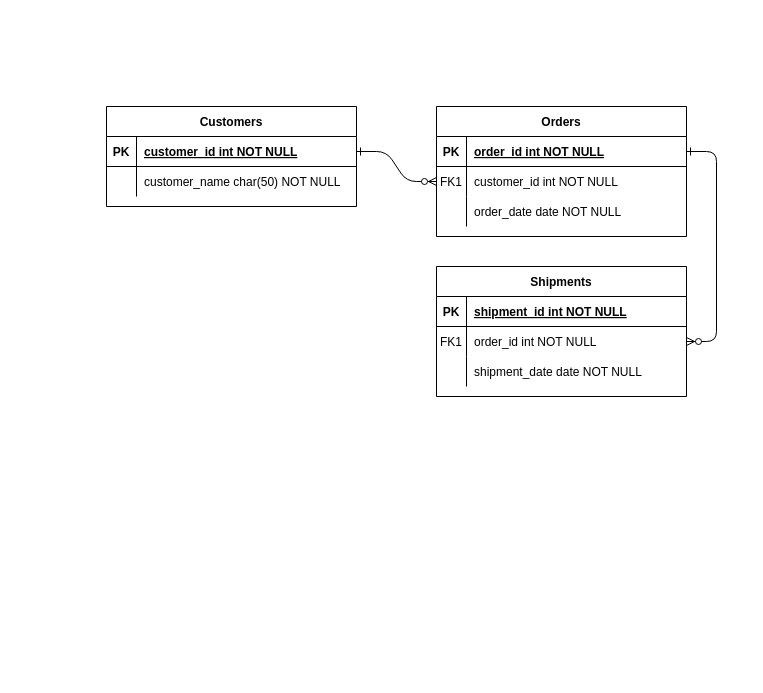
Before: Untitled Diagram.drawio in rossroma/Auto-Signin, a draw.io diagram. Source tidied: cells renumbered, new cells numbered last; positions are measured from the earlier drawing's top-left corner, leaving out a move shared by most shapes. Both pictures are drawn from the tidied source at 100%, with x=0, y=0 at pixel (106, 106).
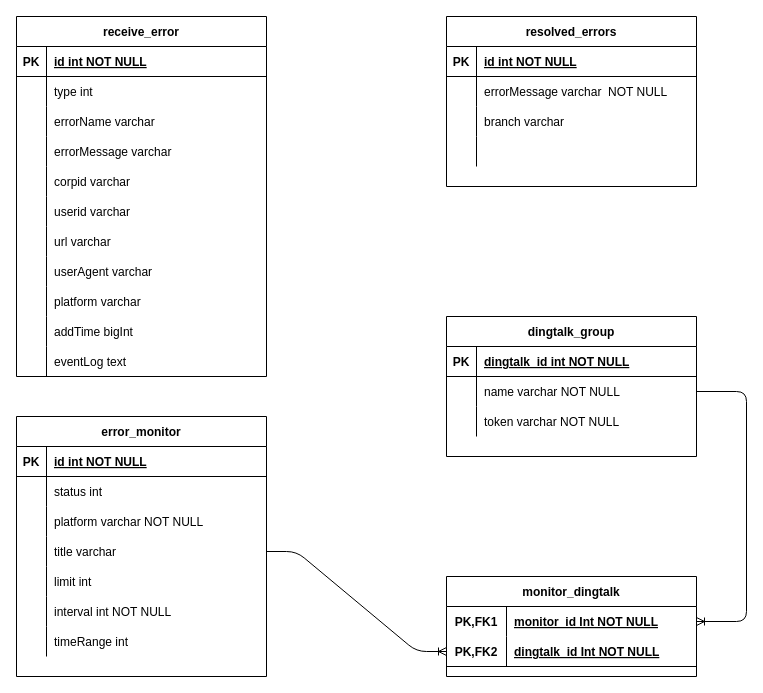
The same diagram, later.

Commit message:
前端报错平台

The change refers to these unchanged cells:
```xml
<mxCell id="5" style="shape=partialRectangle;fillColor=none;points=[[0,0.5],[1,0.5]];portConstraint=eastwest;top=0;left=0;right=0;bottom=1;" parent="4" vertex="1">
  <mxGeometry y="30" width="250" height="30" as="geometry" />
</mxCell>
<mxCell id="8" style="shape=partialRectangle;fillColor=none;points=[[0,0.5],[1,0.5]];portConstraint=eastwest;top=0;left=0;right=0;bottom=0;" parent="4" vertex="1">
  <mxGeometry y="60" width="250" height="30" as="geometry" />
</mxCell>
<mxCell id="11" style="shape=partialRectangle;fillColor=none;top=0;left=0;right=0;bottom=0;" parent="4" vertex="1">
  <mxGeometry y="90" width="250" height="30" as="geometry" />
</mxCell>
<mxCell id="25" style="shape=partialRectangle;fillColor=none;points=[[0,0.5],[1,0.5]];portConstraint=eastwest;top=0;left=0;right=0;bottom=1;" parent="24" vertex="1">
  <mxGeometry y="30" width="250" height="30" as="geometry" />
</mxCell>
<mxCell id="28" style="shape=partialRectangle;fillColor=none;top=0;left=0;right=0;bottom=0;" parent="24" vertex="1">
  <mxGeometry y="60" width="250" height="30" as="geometry" />
</mxCell>
```

The edit, as a diff of the source:
```diff
@@
-    <mxCell id="2" style="edgeStyle=entityRelationEdgeStyle;endArrow=ERzeroToMany;startArrow=ERone;endFill=1;startFill=0;" parent="1" edge="1" source="25" target="8">
-      <mxGeometry relative="1" as="geometry" />
-    </mxCell>
-    <mxCell id="3" style="edgeStyle=entityRelationEdgeStyle;endArrow=ERzeroToMany;startArrow=ERone;endFill=1;startFill=0;" parent="1" edge="1" source="5" target="18">
-      <mxGeometry relative="1" as="geometry" />
-    </mxCell>
-    <mxCell id="4" value="Orders" style="shape=table;startSize=30;childLayout=tableLayout;rowLines=0;fontStyle=1;align=center;" parent="1" vertex="1">
-      <mxGeometry x="330" width="250" height="130" as="geometry" />
+    <mxCell id="4" value="resolved_errors" style="shape=table;startSize=30;childLayout=tableLayout;rowLines=0;fontStyle=1;align=center;" parent="1" vertex="1">
+      <mxGeometry x="340" y="-90" width="250" height="170" as="geometry" />
     </mxCell>
@@
-    <mxCell id="7" value="order_id int NOT NULL " style="shape=partialRectangle;overflow=hidden;fillColor=none;top=0;left=0;bottom=0;right=0;align=left;spacingLeft=6;fontStyle=5;" parent="5" vertex="1">
+    <mxCell id="7" value="id int NOT NULL " style="shape=partialRectangle;overflow=hidden;fillColor=none;top=0;left=0;bottom=0;right=0;align=left;spacingLeft=6;fontStyle=5;" parent="5" vertex="1">
       <mxGeometry x="30" width="220" height="30" as="geometry" />
     </mxCell>
@@
-    <mxCell id="9" value="FK1" style="shape=partialRectangle;overflow=hidden;fillColor=none;top=0;left=0;bottom=0;right=0;" parent="8" vertex="1">
+    <mxCell id="9" style="shape=partialRectangle;overflow=hidden;fillColor=none;top=0;left=0;bottom=0;right=0;" parent="8" vertex="1">
       <mxGeometry width="30" height="30" as="geometry" />
     </mxCell>
-    <mxCell id="10" value="customer_id int NOT NULL" style="shape=partialRectangle;overflow=hidden;fillColor=none;top=0;left=0;bottom=0;right=0;align=left;spacingLeft=6;" parent="8" vertex="1">
+    <mxCell id="10" value="errorMessage varchar  NOT NULL" style="shape=partialRectangle;overflow=hidden;fillColor=none;top=0;left=0;bottom=0;right=0;align=left;spacingLeft=6;" parent="8" vertex="1">
       <mxGeometry x="30" width="220" height="30" as="geometry" />
     </mxCell>
@@
-    <mxCell id="13" value="order_date date NOT NULL" style="shape=partialRectangle;overflow=hidden;fillColor=none;top=0;left=0;bottom=0;right=0;align=left;spacingLeft=6;" parent="11" vertex="1">
+    <mxCell id="13" value="branch varchar" style="shape=partialRectangle;overflow=hidden;fillColor=none;top=0;left=0;bottom=0;right=0;align=left;spacingLeft=6;" parent="11" vertex="1">
       <mxGeometry x="30" width="220" height="30" as="geometry" />
     </mxCell>
-    <mxCell id="14" value="Shipments" style="shape=table;startSize=30;childLayout=tableLayout;rowLines=0;fontStyle=1;align=center;" parent="1" vertex="1">
-      <mxGeometry x="330" y="160" width="250" height="130" as="geometry" />
-    </mxCell>
-    <mxCell id="15" style="shape=partialRectangle;fillColor=none;top=0;left=0;right=0;bottom=1;" parent="14" vertex="1">
-      <mxGeometry y="30" width="250" height="30" as="geometry" />
-    </mxCell>
-    <mxCell id="16" value="PK" style="shape=partialRectangle;overflow=hidden;fillColor=none;top=0;left=0;bottom=0;right=0;fontStyle=1;" parent="15" vertex="1">
-      <mxGeometry width="30" height="30" as="geometry" />
-    </mxCell>
-    <mxCell id="17" value="shipment_id int NOT NULL " style="shape=partialRectangle;overflow=hidden;fillColor=none;top=0;left=0;bottom=0;right=0;align=left;spacingLeft=6;fontStyle=5;" parent="15" vertex="1">
-      <mxGeometry x="30" width="220" height="30" as="geometry" />
-    </mxCell>
-    <mxCell id="18" style="shape=partialRectangle;fillColor=none;points=[[0,0.5],[1,0.5]];portConstraint=eastwest;top=0;left=0;right=0;bottom=0;" parent="14" vertex="1">
-      <mxGeometry y="60" width="250" height="30" as="geometry" />
-    </mxCell>
-    <mxCell id="19" value="FK1" style="shape=partialRectangle;overflow=hidden;fillColor=none;top=0;left=0;bottom=0;right=0;" parent="18" vertex="1">
-      <mxGeometry width="30" height="30" as="geometry" />
-    </mxCell>
-    <mxCell id="20" value="order_id int NOT NULL" style="shape=partialRectangle;overflow=hidden;fillColor=none;top=0;left=0;bottom=0;right=0;align=left;spacingLeft=6;" parent="18" vertex="1">
-      <mxGeometry x="30" width="220" height="30" as="geometry" />
-    </mxCell>
-    <mxCell id="21" style="shape=partialRectangle;fillColor=none;top=0;left=0;right=0;bottom=0;" parent="14" vertex="1">
-      <mxGeometry y="90" width="250" height="30" as="geometry" />
-    </mxCell>
-    <mxCell id="22" style="shape=partialRectangle;overflow=hidden;fillColor=none;top=0;left=0;bottom=0;right=0;" parent="21" vertex="1">
-      <mxGeometry width="30" height="30" as="geometry" />
-    </mxCell>
-    <mxCell id="23" value="shipment_date date NOT NULL" style="shape=partialRectangle;overflow=hidden;fillColor=none;top=0;left=0;bottom=0;right=0;align=left;spacingLeft=6;" parent="21" vertex="1">
-      <mxGeometry x="30" width="220" height="30" as="geometry" />
-    </mxCell>
+    <mxCell id="31" style="shape=partialRectangle;fillColor=none;top=0;left=0;bottom=0;right=0;" parent="4" vertex="1">
+      <mxGeometry y="120" width="250" height="30" as="geometry" />
+    </mxCell>
+    <mxCell id="32" style="shape=partialRectangle;fillColor=none;top=0;left=0;bottom=0;right=0;overflow=hidden;" parent="31" vertex="1">
+      <mxGeometry width="30" height="30" as="geometry" />
+    </mxCell>
+    <mxCell id="33" style="shape=partialRectangle;fillColor=none;top=0;left=0;bottom=0;right=0;align=left;spacingLeft=6;overflow=hidden;" parent="31" vertex="1">
+      <mxGeometry x="30" width="220" height="30" as="geometry" />
+    </mxCell>
-    <mxCell id="24" value="Customers" style="shape=table;startSize=30;childLayout=tableLayout;rowLines=0;fontStyle=1;align=center;" parent="1" vertex="1">
-      <mxGeometry width="250" height="100" as="geometry" />
+    <mxCell id="24" value="receive_error" style="shape=table;startSize=30;childLayout=tableLayout;rowLines=0;fontStyle=1;align=center;" parent="1" vertex="1">
+      <mxGeometry x="-90" y="-90" width="250" height="360" as="geometry" />
     </mxCell>
@@
-    <mxCell id="27" value="customer_id int NOT NULL " style="shape=partialRectangle;overflow=hidden;fillColor=none;top=0;left=0;bottom=0;right=0;align=left;spacingLeft=6;fontStyle=5;" parent="25" vertex="1">
+    <mxCell id="27" value="id int NOT NULL " style="shape=partialRectangle;overflow=hidden;fillColor=none;top=0;left=0;bottom=0;right=0;align=left;spacingLeft=6;fontStyle=5;" parent="25" vertex="1">
       <mxGeometry x="30" width="220" height="30" as="geometry" />
     </mxCell>
@@
-    <mxCell id="30" value="customer_name char(50) NOT NULL" style="shape=partialRectangle;overflow=hidden;fillColor=none;top=0;left=0;bottom=0;right=0;align=left;spacingLeft=6;" parent="28" vertex="1">
+    <mxCell id="30" value="type int" style="shape=partialRectangle;overflow=hidden;fillColor=none;top=0;left=0;bottom=0;right=0;align=left;spacingLeft=6;" parent="28" vertex="1">
       <mxGeometry x="30" width="220" height="30" as="geometry" />
     </mxCell>
+    <mxCell id="34" style="shape=partialRectangle;fillColor=none;top=0;left=0;bottom=0;right=0;" parent="24" vertex="1">
+      <mxGeometry y="90" width="250" height="30" as="geometry" />
+    </mxCell>
+    <mxCell id="35" style="shape=partialRectangle;fillColor=none;top=0;left=0;bottom=0;right=0;overflow=hidden;" parent="34" vertex="1">
+      <mxGeometry width="30" height="30" as="geometry" />
+    </mxCell>
+    <mxCell id="36" value="errorName varchar" style="shape=partialRectangle;fillColor=none;top=0;left=0;bottom=0;right=0;align=left;spacingLeft=6;overflow=hidden;" parent="34" vertex="1">
+      <mxGeometry x="30" width="220" height="30" as="geometry" />
+    </mxCell>
+    <mxCell id="37" style="shape=partialRectangle;fillColor=none;top=0;left=0;bottom=0;right=0;" parent="24" vertex="1">
+      <mxGeometry y="120" width="250" height="30" as="geometry" />
+    </mxCell>
+    <mxCell id="38" style="shape=partialRectangle;fillColor=none;top=0;left=0;bottom=0;right=0;overflow=hidden;" parent="37" vertex="1">
+      <mxGeometry width="30" height="30" as="geometry" />
+    </mxCell>
+    <mxCell id="39" value="errorMessage varchar" style="shape=partialRectangle;fillColor=none;top=0;left=0;bottom=0;right=0;align=left;spacingLeft=6;overflow=hidden;" parent="37" vertex="1">
+      <mxGeometry x="30" width="220" height="30" as="geometry" />
+    </mxCell>
+    <mxCell id="40" style="shape=partialRectangle;fillColor=none;top=0;left=0;bottom=0;right=0;" parent="24" vertex="1">
+      <mxGeometry y="150" width="250" height="30" as="geometry" />
+    </mxCell>
+    <mxCell id="41" style="shape=partialRectangle;fillColor=none;top=0;left=0;bottom=0;right=0;overflow=hidden;" parent="40" vertex="1">
+      <mxGeometry width="30" height="30" as="geometry" />
+    </mxCell>
+    <mxCell id="42" value="corpid varchar" style="shape=partialRectangle;fillColor=none;top=0;left=0;bottom=0;right=0;align=left;spacingLeft=6;overflow=hidden;" parent="40" vertex="1">
+      <mxGeometry x="30" width="220" height="30" as="geometry" />
+    </mxCell>
+    <mxCell id="43" style="shape=partialRectangle;fillColor=none;top=0;left=0;bottom=0;right=0;" parent="24" vertex="1">
+      <mxGeometry y="180" width="250" height="30" as="geometry" />
+    </mxCell>
+    <mxCell id="44" style="shape=partialRectangle;fillColor=none;top=0;left=0;bottom=0;right=0;overflow=hidden;" parent="43" vertex="1">
+      <mxGeometry width="30" height="30" as="geometry" />
+    </mxCell>
+    <mxCell id="45" value="userid varchar" style="shape=partialRectangle;fillColor=none;top=0;left=0;bottom=0;right=0;align=left;spacingLeft=6;overflow=hidden;" parent="43" vertex="1">
+      <mxGeometry x="30" width="220" height="30" as="geometry" />
+    </mxCell>
+    <mxCell id="46" style="shape=partialRectangle;fillColor=none;top=0;left=0;bottom=0;right=0;" parent="24" vertex="1">
+      <mxGeometry y="210" width="250" height="30" as="geometry" />
+    </mxCell>
+    <mxCell id="47" style="shape=partialRectangle;fillColor=none;top=0;left=0;bottom=0;right=0;overflow=hidden;" parent="46" vertex="1">
+      <mxGeometry width="30" height="30" as="geometry" />
+    </mxCell>
+    <mxCell id="48" value="url varchar" style="shape=partialRectangle;fillColor=none;top=0;left=0;bottom=0;right=0;align=left;spacingLeft=6;overflow=hidden;" parent="46" vertex="1">
+      <mxGeometry x="30" width="220" height="30" as="geometry" />
+    </mxCell>
+    <mxCell id="49" style="shape=partialRectangle;fillColor=none;top=0;left=0;bottom=0;right=0;" parent="24" vertex="1">
+      <mxGeometry y="240" width="250" height="30" as="geometry" />
+    </mxCell>
+    <mxCell id="50" style="shape=partialRectangle;fillColor=none;top=0;left=0;bottom=0;right=0;overflow=hidden;" parent="49" vertex="1">
+      <mxGeometry width="30" height="30" as="geometry" />
+    </mxCell>
+    <mxCell id="51" value="userAgent varchar" style="shape=partialRectangle;fillColor=none;top=0;left=0;bottom=0;right=0;align=left;spacingLeft=6;overflow=hidden;" parent="49" vertex="1">
+      <mxGeometry x="30" width="220" height="30" as="geometry" />
+    </mxCell>
+    <mxCell id="52" style="shape=partialRectangle;fillColor=none;top=0;left=0;bottom=0;right=0;" parent="24" vertex="1">
+      <mxGeometry y="270" width="250" height="30" as="geometry" />
+    </mxCell>
+    <mxCell id="53" style="shape=partialRectangle;fillColor=none;top=0;left=0;bottom=0;right=0;overflow=hidden;" parent="52" vertex="1">
+      <mxGeometry width="30" height="30" as="geometry" />
+    </mxCell>
+    <mxCell id="54" value="platform varchar" style="shape=partialRectangle;fillColor=none;top=0;left=0;bottom=0;right=0;align=left;spacingLeft=6;overflow=hidden;" parent="52" vertex="1">
+      <mxGeometry x="30" width="220" height="30" as="geometry" />
+    </mxCell>
+    <mxCell id="55" style="shape=partialRectangle;fillColor=none;top=0;left=0;bottom=0;right=0;" parent="24" vertex="1">
+      <mxGeometry y="300" width="250" height="30" as="geometry" />
+    </mxCell>
+    <mxCell id="56" style="shape=partialRectangle;fillColor=none;top=0;left=0;bottom=0;right=0;overflow=hidden;" parent="55" vertex="1">
+      <mxGeometry width="30" height="30" as="geometry" />
+    </mxCell>
+    <mxCell id="57" value="addTime bigInt" style="shape=partialRectangle;fillColor=none;top=0;left=0;bottom=0;right=0;align=left;spacingLeft=6;overflow=hidden;" parent="55" vertex="1">
+      <mxGeometry x="30" width="220" height="30" as="geometry" />
+    </mxCell>
+    <mxCell id="58" style="shape=partialRectangle;fillColor=none;top=0;left=0;bottom=0;right=0;" parent="24" vertex="1">
+      <mxGeometry y="330" width="250" height="30" as="geometry" />
+    </mxCell>
+    <mxCell id="59" style="shape=partialRectangle;fillColor=none;top=0;left=0;bottom=0;right=0;overflow=hidden;" parent="58" vertex="1">
+      <mxGeometry width="30" height="30" as="geometry" />
+    </mxCell>
+    <mxCell id="60" value="eventLog text" style="shape=partialRectangle;fillColor=none;top=0;left=0;bottom=0;right=0;align=left;spacingLeft=6;overflow=hidden;" parent="58" vertex="1">
+      <mxGeometry x="30" width="220" height="30" as="geometry" />
+    </mxCell>
+    <mxCell id="61" value="error_monitor" style="shape=table;startSize=30;childLayout=tableLayout;rowLines=0;fontStyle=1;align=center;" parent="1" vertex="1">
+      <mxGeometry x="-90" y="310" width="250" height="260" as="geometry" />
+    </mxCell>
+    <mxCell id="62" style="shape=partialRectangle;fillColor=none;top=0;left=0;right=0;bottom=1;" parent="61" vertex="1">
+      <mxGeometry y="30" width="250" height="30" as="geometry" />
+    </mxCell>
+    <mxCell id="63" value="PK" style="shape=partialRectangle;overflow=hidden;fillColor=none;top=0;left=0;bottom=0;right=0;fontStyle=1;" parent="62" vertex="1">
+      <mxGeometry width="30" height="30" as="geometry" />
+    </mxCell>
+    <mxCell id="64" value="id int NOT NULL " style="shape=partialRectangle;overflow=hidden;fillColor=none;top=0;left=0;bottom=0;right=0;align=left;spacingLeft=6;fontStyle=5;" parent="62" vertex="1">
+      <mxGeometry x="30" width="220" height="30" as="geometry" />
+    </mxCell>
+    <mxCell id="65" style="shape=partialRectangle;fillColor=none;top=0;left=0;right=0;bottom=0;" parent="61" vertex="1">
+      <mxGeometry y="60" width="250" height="30" as="geometry" />
+    </mxCell>
+    <mxCell id="66" style="shape=partialRectangle;overflow=hidden;fillColor=none;top=0;left=0;bottom=0;right=0;" parent="65" vertex="1">
+      <mxGeometry width="30" height="30" as="geometry" />
+    </mxCell>
+    <mxCell id="67" value="status int" style="shape=partialRectangle;overflow=hidden;fillColor=none;top=0;left=0;bottom=0;right=0;align=left;spacingLeft=6;" parent="65" vertex="1">
+      <mxGeometry x="30" width="220" height="30" as="geometry" />
+    </mxCell>
+    <mxCell id="68" style="shape=partialRectangle;fillColor=none;top=0;left=0;right=0;bottom=0;" parent="61" vertex="1">
+      <mxGeometry y="90" width="250" height="30" as="geometry" />
+    </mxCell>
+    <mxCell id="69" style="shape=partialRectangle;overflow=hidden;fillColor=none;top=0;left=0;bottom=0;right=0;" parent="68" vertex="1">
+      <mxGeometry width="30" height="30" as="geometry" />
+    </mxCell>
+    <mxCell id="70" value="platform varchar NOT NULL" style="shape=partialRectangle;overflow=hidden;fillColor=none;top=0;left=0;bottom=0;right=0;align=left;spacingLeft=6;" parent="68" vertex="1">
+      <mxGeometry x="30" width="220" height="30" as="geometry" />
+    </mxCell>
+    <mxCell id="71" style="shape=partialRectangle;fillColor=none;top=0;left=0;bottom=0;right=0;points=[[0,0.5],[1,0.5]];portConstraint=eastwest;" parent="61" vertex="1">
+      <mxGeometry y="120" width="250" height="30" as="geometry" />
+    </mxCell>
+    <mxCell id="72" style="shape=partialRectangle;fillColor=none;top=0;left=0;bottom=0;right=0;overflow=hidden;" parent="71" vertex="1">
+      <mxGeometry width="30" height="30" as="geometry" />
+    </mxCell>
+    <mxCell id="73" value="title varchar" style="shape=partialRectangle;fillColor=none;top=0;left=0;bottom=0;right=0;align=left;spacingLeft=6;overflow=hidden;" parent="71" vertex="1">
+      <mxGeometry x="30" width="220" height="30" as="geometry" />
+    </mxCell>
+    <mxCell id="74" style="shape=partialRectangle;fillColor=none;top=0;left=0;bottom=0;right=0;" parent="61" vertex="1">
+      <mxGeometry y="150" width="250" height="30" as="geometry" />
+    </mxCell>
+    <mxCell id="75" style="shape=partialRectangle;fillColor=none;top=0;left=0;bottom=0;right=0;overflow=hidden;" parent="74" vertex="1">
+      <mxGeometry width="30" height="30" as="geometry" />
+    </mxCell>
+    <mxCell id="76" value="limit int" style="shape=partialRectangle;fillColor=none;top=0;left=0;bottom=0;right=0;align=left;spacingLeft=6;overflow=hidden;" parent="74" vertex="1">
+      <mxGeometry x="30" width="220" height="30" as="geometry" />
+    </mxCell>
+    <mxCell id="77" style="shape=partialRectangle;fillColor=none;top=0;left=0;bottom=0;right=0;" parent="61" vertex="1">
+      <mxGeometry y="180" width="250" height="30" as="geometry" />
+    </mxCell>
+    <mxCell id="78" style="shape=partialRectangle;fillColor=none;top=0;left=0;bottom=0;right=0;overflow=hidden;" parent="77" vertex="1">
+      <mxGeometry width="30" height="30" as="geometry" />
+    </mxCell>
+    <mxCell id="79" value="interval int NOT NULL" style="shape=partialRectangle;fillColor=none;top=0;left=0;bottom=0;right=0;align=left;spacingLeft=6;overflow=hidden;" parent="77" vertex="1">
+      <mxGeometry x="30" width="220" height="30" as="geometry" />
+    </mxCell>
+    <mxCell id="80" style="shape=partialRectangle;fillColor=none;top=0;left=0;bottom=0;right=0;" parent="61" vertex="1">
+      <mxGeometry y="210" width="250" height="30" as="geometry" />
+    </mxCell>
+    <mxCell id="81" style="shape=partialRectangle;fillColor=none;top=0;left=0;bottom=0;right=0;overflow=hidden;" parent="80" vertex="1">
+      <mxGeometry width="30" height="30" as="geometry" />
+    </mxCell>
+    <mxCell id="82" value="timeRange int" style="shape=partialRectangle;fillColor=none;top=0;left=0;bottom=0;right=0;align=left;spacingLeft=6;overflow=hidden;" parent="80" vertex="1">
+      <mxGeometry x="30" width="220" height="30" as="geometry" />
+    </mxCell>
+    <mxCell id="83" value="dingtalk_group" style="shape=table;startSize=30;childLayout=tableLayout;rowLines=0;fontStyle=1;align=center;" parent="1" vertex="1">
+      <mxGeometry x="340" y="210" width="250" height="140" as="geometry" />
+    </mxCell>
+    <mxCell id="84" style="shape=partialRectangle;fillColor=none;top=0;left=0;right=0;bottom=1;" parent="83" vertex="1">
+      <mxGeometry y="30" width="250" height="30" as="geometry" />
+    </mxCell>
+    <mxCell id="85" value="PK" style="shape=partialRectangle;overflow=hidden;fillColor=none;top=0;left=0;bottom=0;right=0;fontStyle=1;" parent="84" vertex="1">
+      <mxGeometry width="30" height="30" as="geometry" />
+    </mxCell>
+    <mxCell id="86" value="dingtalk_id int NOT NULL " style="shape=partialRectangle;overflow=hidden;fillColor=none;top=0;left=0;bottom=0;right=0;align=left;spacingLeft=6;fontStyle=5;" parent="84" vertex="1">
+      <mxGeometry x="30" width="220" height="30" as="geometry" />
+    </mxCell>
+    <mxCell id="87" style="shape=partialRectangle;fillColor=none;points=[[0,0.5],[1,0.5]];portConstraint=eastwest;top=0;left=0;right=0;bottom=0;" parent="83" vertex="1">
+      <mxGeometry y="60" width="250" height="30" as="geometry" />
+    </mxCell>
+    <mxCell id="88" style="shape=partialRectangle;overflow=hidden;fillColor=none;top=0;left=0;bottom=0;right=0;" parent="87" vertex="1">
+      <mxGeometry width="30" height="30" as="geometry" />
+    </mxCell>
+    <mxCell id="89" value="name varchar NOT NULL" style="shape=partialRectangle;overflow=hidden;fillColor=none;top=0;left=0;bottom=0;right=0;align=left;spacingLeft=6;" parent="87" vertex="1">
+      <mxGeometry x="30" width="220" height="30" as="geometry" />
+    </mxCell>
+    <mxCell id="90" style="shape=partialRectangle;fillColor=none;top=0;left=0;right=0;bottom=0;" parent="83" vertex="1">
+      <mxGeometry y="90" width="250" height="30" as="geometry" />
+    </mxCell>
+    <mxCell id="91" style="shape=partialRectangle;overflow=hidden;fillColor=none;top=0;left=0;bottom=0;right=0;" parent="90" vertex="1">
+      <mxGeometry width="30" height="30" as="geometry" />
+    </mxCell>
+    <mxCell id="92" value="token varchar NOT NULL" style="shape=partialRectangle;overflow=hidden;fillColor=none;top=0;left=0;bottom=0;right=0;align=left;spacingLeft=6;" parent="90" vertex="1">
+      <mxGeometry x="30" width="220" height="30" as="geometry" />
+    </mxCell>
+    <mxCell id="93" value="monitor_dingtalk" style="shape=table;startSize=30;childLayout=tableLayout;rowLines=0;fontStyle=1;align=center;" parent="1" vertex="1">
+      <mxGeometry x="340" y="470" width="250" height="100" as="geometry" />
+    </mxCell>
+    <mxCell id="94" style="shape=partialRectangle;fillColor=none;top=0;left=0;bottom=0;right=0;points=[[0,0.5],[1,0.5]];portConstraint=eastwest;" parent="93" vertex="1">
+      <mxGeometry y="30" width="250" height="30" as="geometry" />
+    </mxCell>
+    <mxCell id="95" value="PK,FK1" style="shape=partialRectangle;fillColor=none;top=0;left=0;bottom=0;right=0;fontStyle=1;overflow=hidden;" parent="94" vertex="1">
+      <mxGeometry width="60" height="30" as="geometry" />
+    </mxCell>
+    <mxCell id="96" value="monitor_id Int NOT NULL" style="shape=partialRectangle;fillColor=none;top=0;left=0;bottom=0;right=0;align=left;spacingLeft=6;fontStyle=5;overflow=hidden;" parent="94" vertex="1">
+      <mxGeometry x="60" width="190" height="30" as="geometry" />
+    </mxCell>
+    <mxCell id="97" style="shape=partialRectangle;fillColor=none;top=0;left=0;bottom=1;right=0;points=[[0,0.5],[1,0.5]];portConstraint=eastwest;" parent="93" vertex="1">
+      <mxGeometry y="60" width="250" height="30" as="geometry" />
+    </mxCell>
+    <mxCell id="98" value="PK,FK2" style="shape=partialRectangle;fillColor=none;top=0;left=0;bottom=0;right=0;fontStyle=1;overflow=hidden;" parent="97" vertex="1">
+      <mxGeometry width="60" height="30" as="geometry" />
+    </mxCell>
+    <mxCell id="99" value="dingtalk_id Int NOT NULL" style="shape=partialRectangle;fillColor=none;top=0;left=0;bottom=0;right=0;align=left;spacingLeft=6;fontStyle=5;overflow=hidden;" parent="97" vertex="1">
+      <mxGeometry x="60" width="190" height="30" as="geometry" />
+    </mxCell>
+    <mxCell id="100" style="edgeStyle=entityRelationEdgeStyle;fontSize=12;html=1;endArrow=ERoneToMany;exitX=1;exitY=0.5;exitDx=0;exitDy=0;entryX=0;entryY=0.5;entryDx=0;entryDy=0;" parent="1" edge="1" source="71" target="97">
+      <mxGeometry relative="1" as="geometry" />
+    </mxCell>
+    <mxCell id="101" style="edgeStyle=orthogonalEdgeStyle;fontSize=12;html=1;endArrow=ERoneToMany;shadow=0;sketch=0;exitX=1;exitY=0.5;exitDx=0;exitDy=0;entryX=1;entryY=0.5;entryDx=0;entryDy=0;" parent="1" edge="1" source="87" target="94">
+      <mxGeometry relative="1" as="geometry">
+        <Array as="points">
+          <mxPoint x="640" y="285" />
+          <mxPoint x="640" y="515" />
+        </Array>
+      </mxGeometry>
+    </mxCell>
```
